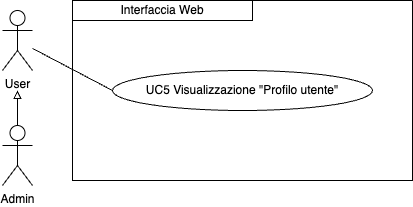
The draw.io diagram imgs/Uml/UC5.png in ShameIRL/farmacode, before a commit. Source tidied: cells renumbered, new cells last; positions are measured from the earlier drawing's top-left corner, leaving out a move shared by most shapes.
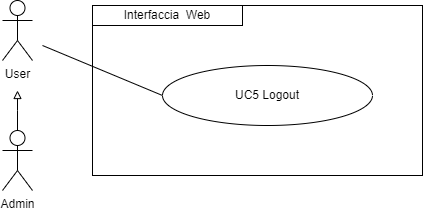
Later version of the same file.

Diff of the diagram source:
```diff
@@ -2,28 +2,34 @@
   <root>
     <mxCell id="0" />
     <mxCell id="1" parent="0" />
+    <mxCell id="9" style="edgeStyle=orthogonalEdgeStyle;rounded=0;jettySize=auto;html=1;strokeColor=#000000;endArrow=block;endFill=0;" parent="1" edge="1" source="7">
+      <mxGeometry relative="1" as="geometry">
+        <mxPoint x="105" y="215" as="targetPoint" />
+        <Array as="points">
+          <mxPoint x="105" y="235" />
+          <mxPoint x="105" y="235" />
+        </Array>
+      </mxGeometry>
+    </mxCell>
+    <mxCell id="7" value="Admin" style="shape=umlActor;verticalLabelPosition=bottom;verticalAlign=top;html=1;outlineConnect=0;" parent="1" vertex="1">
+      <mxGeometry x="90" y="255" width="30" height="60" as="geometry" />
+    </mxCell>
     <mxCell id="2" value="User" style="shape=umlActor;verticalLabelPosition=bottom;verticalAlign=top;html=1;outlineConnect=0;" parent="1" vertex="1">
-      <mxGeometry y="10" width="30" height="60" as="geometry" />
+      <mxGeometry x="90" y="125" width="30" height="60" as="geometry" />
     </mxCell>
-    <mxCell id="3" style="swimlane;startSize=0;" parent="1" vertex="1">
-      <mxGeometry x="70" width="340" height="180" as="geometry" />
-    </mxCell>
-    <mxCell id="4" value="UC5 Visualizzazione &quot;Profilo utente&quot;" style="ellipse;whiteSpace=wrap;html=1;" parent="3" vertex="1">
-      <mxGeometry x="40" y="70" width="260" height="40" as="geometry" />
-    </mxCell>
-    <mxCell id="5" value="Interfaccia Web" style="rounded=0;whiteSpace=wrap;html=1;" parent="3" vertex="1">
-      <mxGeometry width="180" height="20" as="geometry" />
-    </mxCell>
-    <mxCell id="6" style="edgeStyle=orthogonalEdgeStyle;rounded=0;jettySize=auto;html=1;exitX=0.5;exitY=0;exitDx=0;exitDy=0;exitPerimeter=0;endArrow=block;endFill=0;" parent="1" edge="1" source="7">
-      <mxGeometry relative="1" as="geometry">
-        <mxPoint x="15" y="90" as="targetPoint" />
-      </mxGeometry>
-    </mxCell>
-    <mxCell id="7" value="Admin" style="shape=umlActor;verticalLabelPosition=bottom;verticalAlign=top;html=1;outlineConnect=0;" parent="1" vertex="1">
-      <mxGeometry y="125" width="30" height="60" as="geometry" />
-    </mxCell>
-    <mxCell id="8" style="endArrow=none;html=1;rounded=0;entryX=0;entryY=0.5;entryDx=0;entryDy=0;" parent="1" edge="1" source="2" target="4">
-      <mxGeometry relative="1" as="geometry" />
-    </mxCell>
+    <mxCell id="10" style="rounded=0;whiteSpace=wrap;html=1;fillColor=none;" parent="1" vertex="1">
+      <mxGeometry x="180" y="130" width="330" height="170" as="geometry" />
+    </mxCell>
+    <mxCell id="11" value="&lt;div style=&quot;&quot;&gt;Interfaccia&amp;nbsp; W&lt;span style=&quot;background-color: initial;&quot;&gt;eb&lt;/span&gt;&lt;/div&gt;" style="rounded=0;whiteSpace=wrap;html=1;fillColor=none;align=center;" parent="1" vertex="1">
+      <mxGeometry x="180" y="130" width="150" height="20" as="geometry" />
+    </mxCell>
+    <mxCell id="12" value="UC5 Logout" style="ellipse;whiteSpace=wrap;html=1;" parent="1" vertex="1">
+      <mxGeometry x="250" y="190" width="210" height="60" as="geometry" />
+    </mxCell>
+    <mxCell id="13" style="endArrow=none;html=1;rounded=0;entryX=0;entryY=0.5;entryDx=0;entryDy=0;" parent="1" edge="1" target="12">
+      <mxGeometry relative="1" as="geometry">
+        <mxPoint x="130" y="170" as="sourcePoint" />
+      </mxGeometry>
+    </mxCell>
   </root>
 </mxGraphModel>
```
